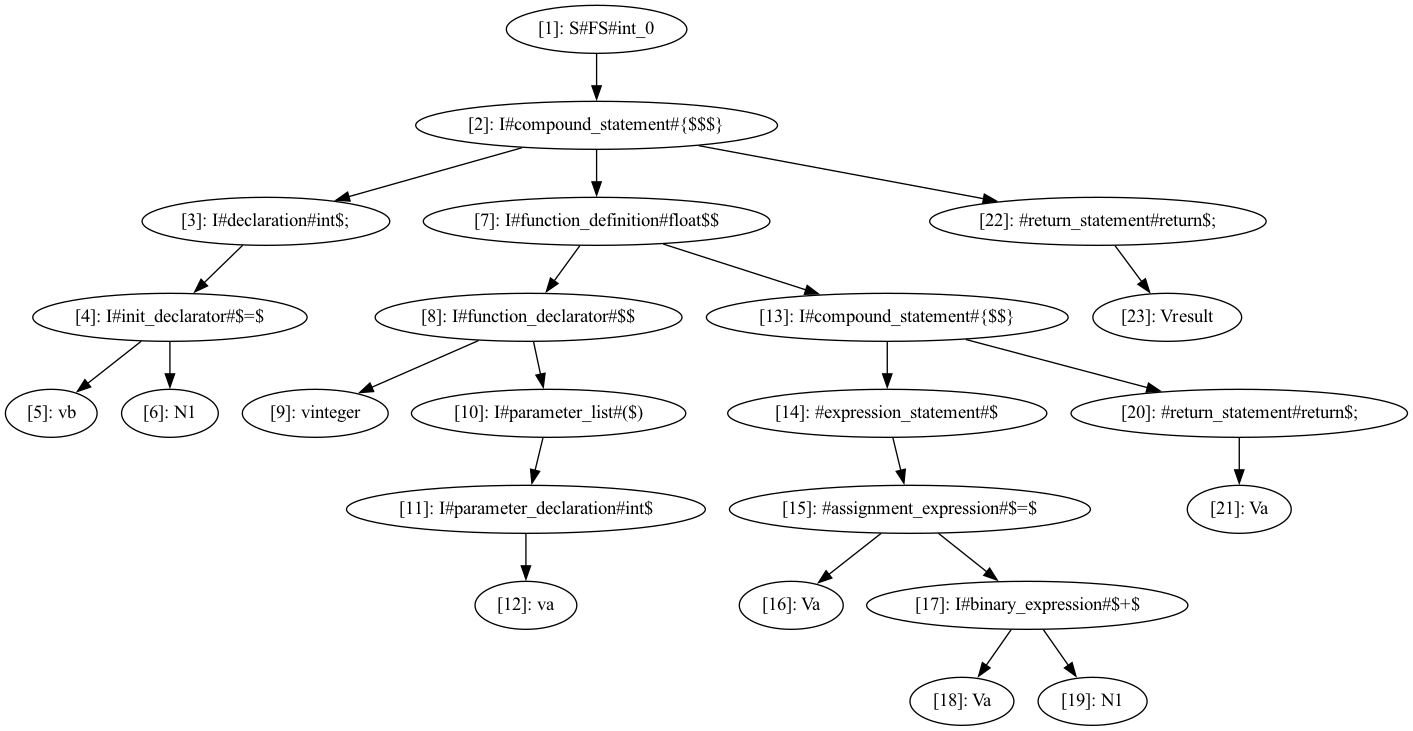
The Graphviz diagram cass.png in deryaerman/DIA-System-DS-Plagiarism-Checker-GIT, before a commit. Its source is kept beside it as cass.dot.
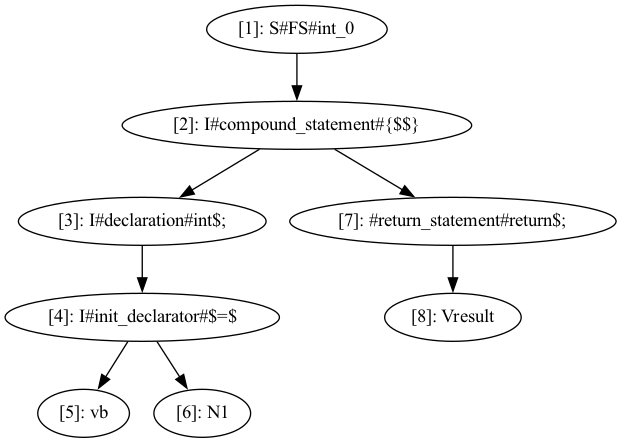
The same diagram one commit later.

The edit, as a diff of the source:
```diff
@@ -1,28 +1,13 @@
 digraph CASS {
   node [shape=ellipse];
   n1 [label="[1]: S#FS#int_0"];
-  n2 [label="[2]: I#compound_statement#{$$$}"];
+  n2 [label="[2]: I#compound_statement#{$$}"];
   n3 [label="[3]: I#declaration#int$;"];
   n4 [label="[4]: I#init_declarator#$=$"];
   n5 [label="[5]: vb"];
   n6 [label="[6]: N1"];
-  n7 [label="[7]: I#function_definition#float$$"];
-  n8 [label="[8]: I#function_declarator#$$"];
-  n9 [label="[9]: vinteger"];
-  n10 [label="[10]: I#parameter_list#($)"];
-  n11 [label="[11]: I#parameter_declaration#int$"];
-  n12 [label="[12]: va"];
-  n13 [label="[13]: I#compound_statement#{$$}"];
-  n14 [label="[14]: #expression_statement#$"];
-  n15 [label="[15]: #assignment_expression#$=$"];
-  n16 [label="[16]: Va"];
-  n17 [label="[17]: I#binary_expression#$+$"];
-  n18 [label="[18]: Va"];
-  n19 [label="[19]: N1"];
-  n20 [label="[20]: #return_statement#return$;"];
-  n21 [label="[21]: Va"];
-  n22 [label="[22]: #return_statement#return$;"];
-  n23 [label="[23]: Vresult"];
+  n7 [label="[7]: #return_statement#return$;"];
+  n8 [label="[8]: Vresult"];
   n1 -> n2;
   n2 -> n3;
   n3 -> n4;
@@ -30,19 +15,4 @@
   n4 -> n6;
   n2 -> n7;
   n7 -> n8;
-  n8 -> n9;
-  n8 -> n10;
-  n10 -> n11;
-  n11 -> n12;
-  n7 -> n13;
-  n13 -> n14;
-  n14 -> n15;
-  n15 -> n16;
-  n15 -> n17;
-  n17 -> n18;
-  n17 -> n19;
-  n13 -> n20;
-  n20 -> n21;
-  n2 -> n22;
-  n22 -> n23;
 }
```
